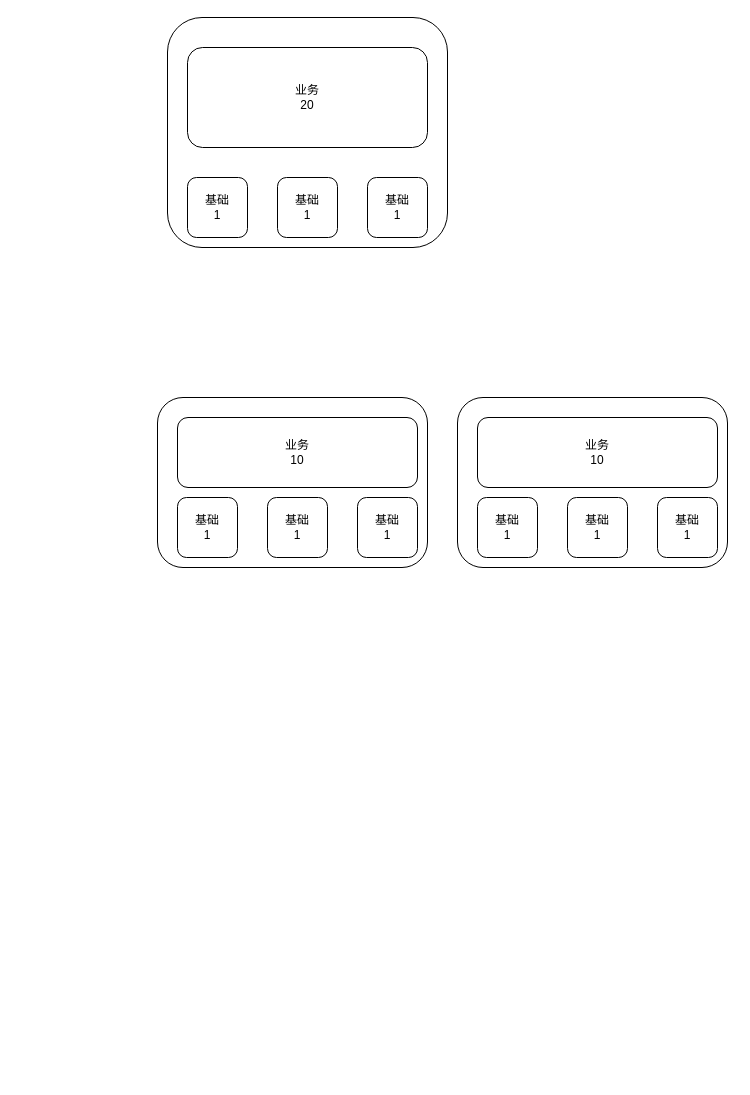
Before: Untitled Diagram.drawio in woniuxu/drawio, a draw.io diagram. Source tidied: cells renumbered, new cells numbered last; positions are measured from the earlier drawing's top-left corner, leaving out a move shared by most shapes. Both pictures are drawn from the tidied source at 100%, with x=0, y=0 at pixel (157, 17).
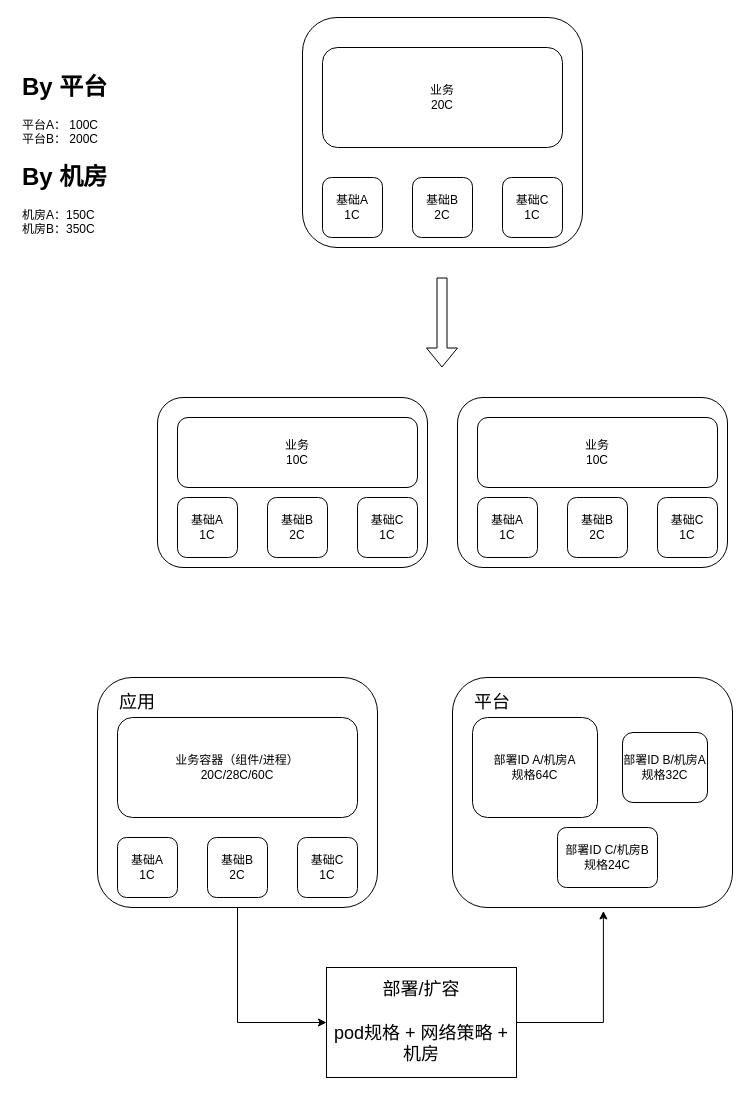
Above is the later version.

Diff of the diagram source:
```diff
@@
     <mxCell id="2" style="rounded=1;whiteSpace=wrap;html=1;" parent="1" vertex="1">
-      <mxGeometry x="10" width="280" height="230" as="geometry" />
+      <mxGeometry x="145" width="280" height="230" as="geometry" />
     </mxCell>
-    <mxCell id="3" value="基础&lt;br&gt;1" style="rounded=1;whiteSpace=wrap;html=1;" parent="1" vertex="1">
-      <mxGeometry x="30" y="160" width="60" height="60" as="geometry" />
+    <mxCell id="3" value="基础A&lt;br&gt;1C" style="rounded=1;whiteSpace=wrap;html=1;" parent="1" vertex="1">
+      <mxGeometry x="165" y="160" width="60" height="60" as="geometry" />
     </mxCell>
-    <mxCell id="4" value="&lt;span&gt;基础&lt;br&gt;1&lt;br&gt;&lt;/span&gt;" style="rounded=1;whiteSpace=wrap;html=1;" parent="1" vertex="1">
-      <mxGeometry x="120" y="160" width="60" height="60" as="geometry" />
+    <mxCell id="4" value="&lt;span&gt;基础B&lt;br&gt;2C&lt;br&gt;&lt;/span&gt;" style="rounded=1;whiteSpace=wrap;html=1;" parent="1" vertex="1">
+      <mxGeometry x="255" y="160" width="60" height="60" as="geometry" />
     </mxCell>
-    <mxCell id="5" value="&lt;span&gt;基础&lt;br&gt;1&lt;br&gt;&lt;/span&gt;" style="rounded=1;whiteSpace=wrap;html=1;" parent="1" vertex="1">
-      <mxGeometry x="210" y="160" width="60" height="60" as="geometry" />
+    <mxCell id="5" value="&lt;span&gt;基础C&lt;br&gt;1C&lt;br&gt;&lt;/span&gt;" style="rounded=1;whiteSpace=wrap;html=1;" parent="1" vertex="1">
+      <mxGeometry x="345" y="160" width="60" height="60" as="geometry" />
     </mxCell>
-    <mxCell id="6" value="业务&lt;br&gt;20" style="rounded=1;whiteSpace=wrap;html=1;" parent="1" vertex="1">
-      <mxGeometry x="30" y="30" width="240" height="100" as="geometry" />
+    <mxCell id="6" value="业务&lt;br&gt;20C" style="rounded=1;whiteSpace=wrap;html=1;" parent="1" vertex="1">
+      <mxGeometry x="165" y="30" width="240" height="100" as="geometry" />
     </mxCell>
@@
-    <mxCell id="8" value="基础&lt;br&gt;1" style="rounded=1;whiteSpace=wrap;html=1;" parent="1" vertex="1">
+    <mxCell id="8" value="基础A&lt;br&gt;1C" style="rounded=1;whiteSpace=wrap;html=1;" parent="1" vertex="1">
       <mxGeometry x="20" y="480" width="60" height="60" as="geometry" />
     </mxCell>
-    <mxCell id="9" value="&lt;span&gt;基础&lt;br&gt;1&lt;br&gt;&lt;/span&gt;" style="rounded=1;whiteSpace=wrap;html=1;" parent="1" vertex="1">
+    <mxCell id="9" value="基础B&lt;br&gt;2C&lt;span&gt;&lt;br&gt;&lt;/span&gt;" style="rounded=1;whiteSpace=wrap;html=1;" parent="1" vertex="1">
       <mxGeometry x="110" y="480" width="60" height="60" as="geometry" />
     </mxCell>
-    <mxCell id="10" value="&lt;span&gt;基础&lt;br&gt;1&lt;br&gt;&lt;/span&gt;" style="rounded=1;whiteSpace=wrap;html=1;" parent="1" vertex="1">
+    <mxCell id="10" value="基础C&lt;br&gt;1C&lt;span&gt;&lt;br&gt;&lt;/span&gt;" style="rounded=1;whiteSpace=wrap;html=1;" parent="1" vertex="1">
       <mxGeometry x="200" y="480" width="60" height="60" as="geometry" />
     </mxCell>
-    <mxCell id="11" value="业务&lt;br&gt;10" style="rounded=1;whiteSpace=wrap;html=1;" parent="1" vertex="1">
+    <mxCell id="11" value="业务&lt;br&gt;10C" style="rounded=1;whiteSpace=wrap;html=1;" parent="1" vertex="1">
       <mxGeometry x="20" y="400" width="240" height="70" as="geometry" />
     </mxCell>
@@
-    <mxCell id="13" value="基础&lt;br&gt;1" style="rounded=1;whiteSpace=wrap;html=1;" parent="1" vertex="1">
+    <mxCell id="13" value="基础A&lt;br&gt;1C" style="rounded=1;whiteSpace=wrap;html=1;" parent="1" vertex="1">
       <mxGeometry x="320" y="480" width="60" height="60" as="geometry" />
     </mxCell>
-    <mxCell id="14" value="&lt;span&gt;基础&lt;br&gt;1&lt;br&gt;&lt;/span&gt;" style="rounded=1;whiteSpace=wrap;html=1;" parent="1" vertex="1">
+    <mxCell id="14" value="基础B&lt;br&gt;2C&lt;span&gt;&lt;br&gt;&lt;/span&gt;" style="rounded=1;whiteSpace=wrap;html=1;" parent="1" vertex="1">
       <mxGeometry x="410" y="480" width="60" height="60" as="geometry" />
     </mxCell>
-    <mxCell id="15" value="&lt;span&gt;基础&lt;br&gt;1&lt;br&gt;&lt;/span&gt;" style="rounded=1;whiteSpace=wrap;html=1;" parent="1" vertex="1">
+    <mxCell id="15" value="基础C&lt;br&gt;1C&lt;span&gt;&lt;br&gt;&lt;/span&gt;" style="rounded=1;whiteSpace=wrap;html=1;" parent="1" vertex="1">
       <mxGeometry x="500" y="480" width="60" height="60" as="geometry" />
     </mxCell>
-    <mxCell id="16" value="业务&lt;br&gt;10" style="rounded=1;whiteSpace=wrap;html=1;" parent="1" vertex="1">
+    <mxCell id="16" value="业务&lt;br&gt;10C" style="rounded=1;whiteSpace=wrap;html=1;" parent="1" vertex="1">
       <mxGeometry x="320" y="400" width="240" height="70" as="geometry" />
     </mxCell>
+    <mxCell id="17" style="shape=flexArrow;endArrow=classic;html=1;rounded=0;" parent="1" edge="1">
+      <mxGeometry relative="1" as="geometry">
+        <mxPoint x="284.5" y="260" as="sourcePoint" />
+        <mxPoint x="284.5" y="350" as="targetPoint" />
+      </mxGeometry>
+    </mxCell>
+    <mxCell id="18" value="&lt;h1&gt;By 平台&lt;/h1&gt;&lt;div&gt;平台A： 100C&lt;/div&gt;&lt;div&gt;平台B： 200C&lt;/div&gt;&lt;h1&gt;By 机房&lt;/h1&gt;&lt;div&gt;机房A：150C&lt;/div&gt;&lt;div&gt;机房B：350C&lt;/div&gt;&lt;p&gt;&lt;br&gt;&lt;/p&gt;" style="text;html=1;strokeColor=none;fillColor=none;spacing=5;spacingTop=-20;whiteSpace=wrap;overflow=hidden;rounded=0;" parent="1" vertex="1">
+      <mxGeometry x="-140" y="50" width="270" height="220" as="geometry" />
+    </mxCell>
+    <mxCell id="19" style="edgeStyle=orthogonalEdgeStyle;rounded=0;jettySize=auto;html=1;exitX=0.5;exitY=1;exitDx=0;exitDy=0;entryX=0;entryY=0.5;entryDx=0;entryDy=0;fontSize=18;" parent="1" edge="1" source="20" target="32">
+      <mxGeometry relative="1" as="geometry" />
+    </mxCell>
+    <mxCell id="20" style="rounded=1;whiteSpace=wrap;html=1;" parent="1" vertex="1">
+      <mxGeometry x="-60" y="660" width="280" height="230" as="geometry" />
+    </mxCell>
+    <mxCell id="21" value="基础A&lt;br&gt;1C" style="rounded=1;whiteSpace=wrap;html=1;" parent="1" vertex="1">
+      <mxGeometry x="-40" y="820" width="60" height="60" as="geometry" />
+    </mxCell>
+    <mxCell id="22" value="&lt;span&gt;基础B&lt;br&gt;2C&lt;br&gt;&lt;/span&gt;" style="rounded=1;whiteSpace=wrap;html=1;" parent="1" vertex="1">
+      <mxGeometry x="50" y="820" width="60" height="60" as="geometry" />
+    </mxCell>
+    <mxCell id="23" value="&lt;span&gt;基础C&lt;br&gt;1C&lt;br&gt;&lt;/span&gt;" style="rounded=1;whiteSpace=wrap;html=1;" parent="1" vertex="1">
+      <mxGeometry x="140" y="820" width="60" height="60" as="geometry" />
+    </mxCell>
+    <mxCell id="24" value="业务容器（组件/进程）&lt;br&gt;20C/28C/60C" style="rounded=1;whiteSpace=wrap;html=1;" parent="1" vertex="1">
+      <mxGeometry x="-40" y="700" width="240" height="100" as="geometry" />
+    </mxCell>
+    <mxCell id="25" value="&lt;font style=&quot;font-size: 18px&quot;&gt;应用&lt;/font&gt;" style="text;html=1;strokeColor=none;fillColor=none;align=center;verticalAlign=middle;whiteSpace=wrap;rounded=0;" parent="1" vertex="1">
+      <mxGeometry x="-50" y="670" width="60" height="30" as="geometry" />
+    </mxCell>
+    <mxCell id="26" style="rounded=1;whiteSpace=wrap;html=1;" parent="1" vertex="1">
+      <mxGeometry x="295" y="660" width="280" height="230" as="geometry" />
+    </mxCell>
+    <mxCell id="27" value="部署ID C/机房B&lt;br&gt;规格24C" style="rounded=1;whiteSpace=wrap;html=1;" parent="1" vertex="1">
+      <mxGeometry x="400" y="810" width="100" height="60" as="geometry" />
+    </mxCell>
+    <mxCell id="28" value="部署ID B/机房A&lt;br&gt;规格32C&lt;span&gt;&lt;br&gt;&lt;/span&gt;" style="rounded=1;whiteSpace=wrap;html=1;" parent="1" vertex="1">
+      <mxGeometry x="465" y="715" width="85" height="70" as="geometry" />
+    </mxCell>
+    <mxCell id="29" value="部署ID A/机房A&lt;br&gt;规格64C" style="rounded=1;whiteSpace=wrap;html=1;" parent="1" vertex="1">
+      <mxGeometry x="315" y="700" width="125" height="100" as="geometry" />
+    </mxCell>
+    <mxCell id="30" value="&lt;font style=&quot;font-size: 18px&quot;&gt;平台&lt;/font&gt;" style="text;html=1;strokeColor=none;fillColor=none;align=center;verticalAlign=middle;whiteSpace=wrap;rounded=0;" parent="1" vertex="1">
+      <mxGeometry x="305" y="670" width="60" height="30" as="geometry" />
+    </mxCell>
+    <mxCell id="31" style="edgeStyle=orthogonalEdgeStyle;rounded=0;jettySize=auto;html=1;entryX=0.539;entryY=1.015;entryDx=0;entryDy=0;entryPerimeter=0;fontSize=18;exitX=1;exitY=0.5;exitDx=0;exitDy=0;" parent="1" edge="1" source="32" target="26">
+      <mxGeometry relative="1" as="geometry" />
+    </mxCell>
+    <mxCell id="32" value="部署/扩容&lt;br&gt;&lt;br&gt;pod规格 + 网络策略 + 机房" style="rounded=0;whiteSpace=wrap;html=1;fontSize=18;" parent="1" vertex="1">
+      <mxGeometry x="169" y="950" width="190" height="110" as="geometry" />
+    </mxCell>
```
